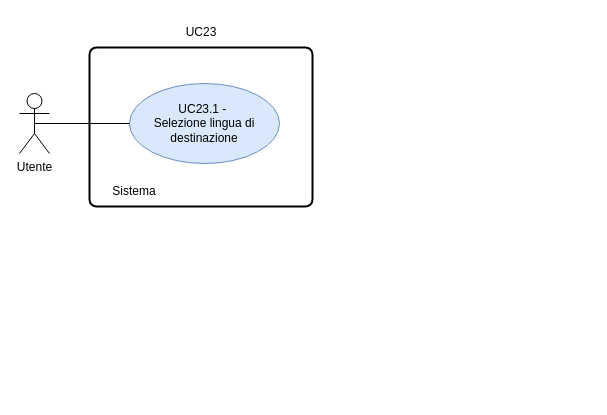
This is RTB/doc_esterna/analisi-dei-requisiti/assets/draw.io/UC23.1.drawio from thebitless-group-swe/thebitless.github.io, a draw.io file, before an edit. Source tidied: cells renumbered, new cells numbered last; positions are measured from the earlier drawing's top-left corner, leaving out a move shared by most shapes. Both pictures are drawn from the tidied source at 100%, with x=0, y=0 at pixel (19, 17).
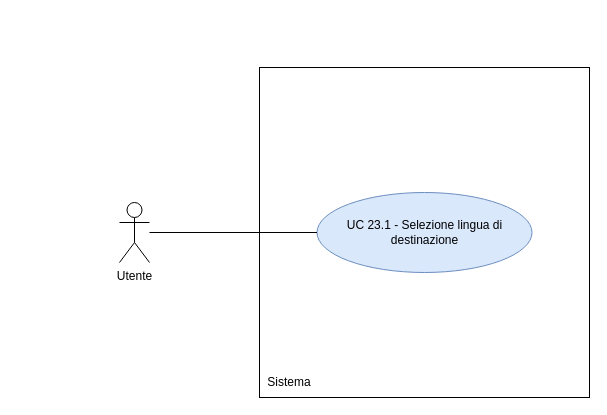
After the change.

The edit, as a diff of the source:
```diff
@@
 <mxGraphModel>
   <root>
     <mxCell id="0" />
     <mxCell id="1" parent="0" />
-    <mxCell id="2" style="rounded=1;whiteSpace=wrap;html=1;absoluteArcSize=1;arcSize=14;strokeWidth=2;" parent="1" vertex="1">
-      <mxGeometry x="70" y="30" width="223" height="159" as="geometry" />
-    </mxCell>
     <mxCell id="3" value="Utente" style="shape=umlActor;verticalLabelPosition=bottom;verticalAlign=top;html=1;outlineConnect=0;" parent="1" vertex="1">
-      <mxGeometry y="76" width="30" height="60" as="geometry" />
+      <mxGeometry x="100" y="185" width="30" height="60" as="geometry" />
     </mxCell>
+    <mxCell id="8" style="whiteSpace=wrap;html=1;" parent="1" vertex="1">
+      <mxGeometry x="240" y="50" width="330" height="330" as="geometry" />
+    </mxCell>
     <mxCell id="4" value="Sistema" style="text;html=1;whiteSpace=wrap;strokeColor=none;fillColor=none;align=center;verticalAlign=middle;rounded=0;" parent="1" vertex="1">
-      <mxGeometry x="70" y="159" width="90" height="30" as="geometry" />
+      <mxGeometry x="240" y="350" width="60" height="30" as="geometry" />
     </mxCell>
-    <mxCell id="5" value="UC23.1 -&amp;nbsp;&lt;div&gt;Selezione lingua di destinazione&lt;/div&gt;" style="ellipse;whiteSpace=wrap;html=1;fillColor=#dae8fc;strokeColor=#6c8ebf;" parent="1" vertex="1">
-      <mxGeometry x="110" y="66" width="150" height="80" as="geometry" />
-    </mxCell>
-    <mxCell id="6" style="endArrow=none;html=1;rounded=0;exitX=0.5;exitY=0.5;exitDx=0;exitDy=0;exitPerimeter=0;entryX=0;entryY=0.5;entryDx=0;entryDy=0;" parent="1" edge="1" source="3" target="5">
-      <mxGeometry relative="1" as="geometry" />
-    </mxCell>
-    <mxCell id="7" value="UC23" style="text;html=1;whiteSpace=wrap;strokeColor=none;fillColor=none;align=center;verticalAlign=middle;rounded=0;" parent="1" vertex="1">
-      <mxGeometry x="151.5" width="60" height="30" as="geometry" />
-    </mxCell>
+    <mxCell id="9" value="UC 23.1 - Selezione lingua di destinazione" style="ellipse;whiteSpace=wrap;html=1;fillColor=#dae8fc;strokeColor=#6c8ebf;" parent="1" vertex="1">
+      <mxGeometry x="297.5" y="175" width="215" height="80" as="geometry" />
+    </mxCell>
+    <mxCell id="10" style="edgeStyle=none;rounded=0;jettySize=auto;html=1;endArrow=none;endFill=0;" parent="1" edge="1" source="3" target="9">
+      <mxGeometry relative="1" as="geometry" />
+    </mxCell>
   </root>
 </mxGraphModel>
```
